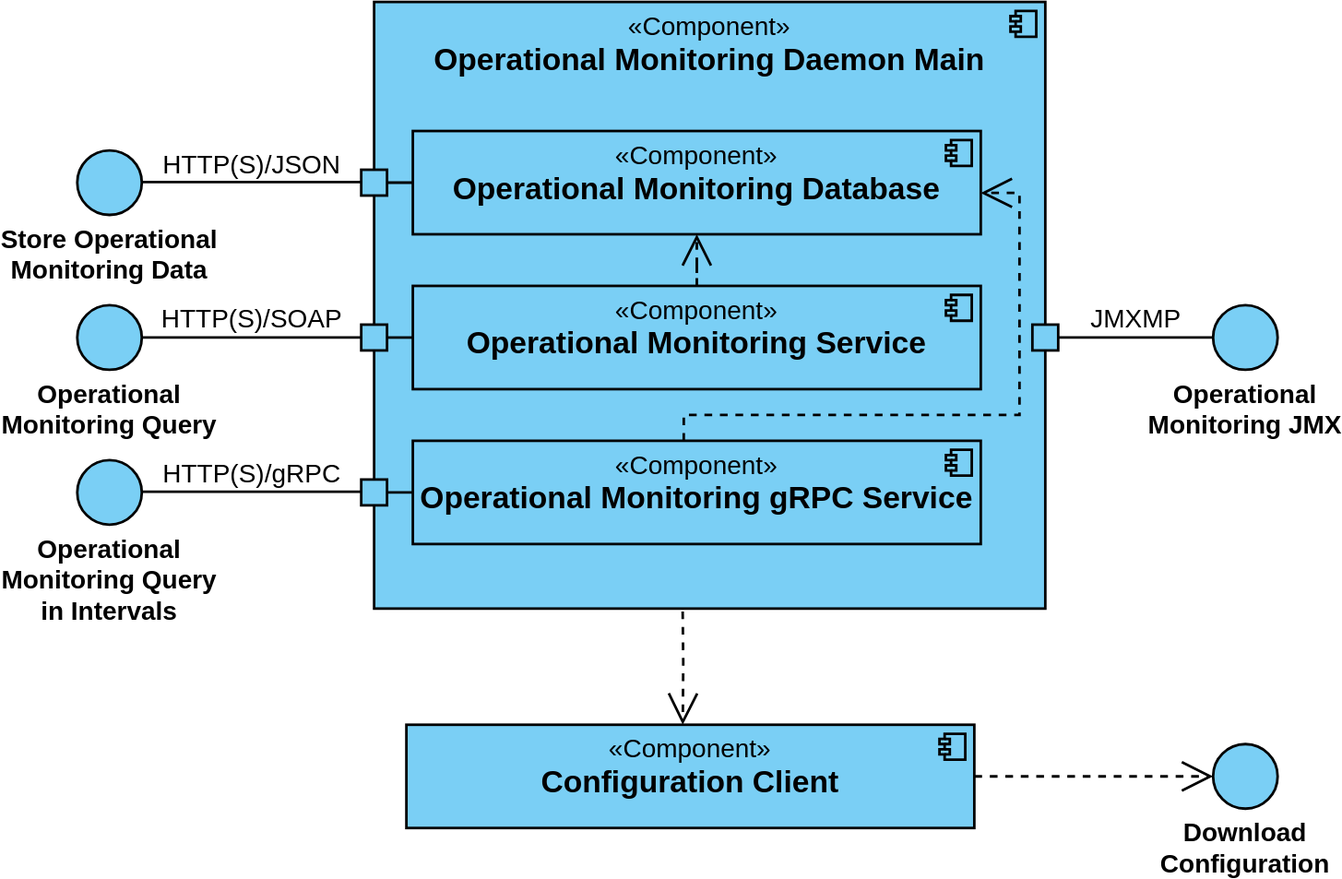
The draw.io diagram doc/OperationalMonitoring/Architecture/img/x-road_operational_monitoring_daemon_components.svg in nordic-institute/X-Road, before a commit. Source tidied: cells renumbered, new cells last; positions are measured from the earlier drawing's top-left corner, leaving out a move shared by most shapes. Its diagram source:
```xml
<mxGraphModel>
  <root>
    <mxCell id="0" />
    <mxCell id="1" parent="0" />
    <mxCell id="2" value="&lt;font style=&quot;font-size: 20px;&quot;&gt;«Component»&lt;br&gt;&lt;/font&gt;&lt;font style=&quot;font-size: 24px;&quot;&gt;&lt;b&gt;Operational Monitoring Daemon Main&lt;/b&gt;&lt;/font&gt;" style="html=1;whiteSpace=wrap;align=center;labelPosition=center;verticalLabelPosition=middle;verticalAlign=top;fillColor=#7ACFF5;strokeWidth=2;" parent="1" vertex="1">
      <mxGeometry x="230" width="520" height="470" as="geometry" />
    </mxCell>
    <mxCell id="3" style="shape=module;jettyWidth=8;jettyHeight=4;fillColor=none;strokeWidth=2;" parent="2" vertex="1">
      <mxGeometry x="1" width="20" height="20" relative="1" as="geometry">
        <mxPoint x="-27" y="7" as="offset" />
      </mxGeometry>
    </mxCell>
    <mxCell id="4" value="&lt;font style=&quot;font-size: 20px;&quot;&gt;«Component»&lt;br&gt;&lt;/font&gt;&lt;font style=&quot;font-size: 24px;&quot;&gt;&lt;b&gt;Operational Monitoring Database&lt;/b&gt;&lt;/font&gt;" style="html=1;whiteSpace=wrap;align=center;labelPosition=center;verticalLabelPosition=middle;verticalAlign=top;fillColor=#7ACFF5;strokeWidth=2;" parent="1" vertex="1">
      <mxGeometry x="260" y="100" width="440" height="80" as="geometry" />
    </mxCell>
    <mxCell id="5" style="shape=module;jettyWidth=8;jettyHeight=4;fillColor=none;strokeWidth=2;" parent="4" vertex="1">
      <mxGeometry x="1" width="20" height="20" relative="1" as="geometry">
        <mxPoint x="-27" y="7" as="offset" />
      </mxGeometry>
    </mxCell>
    <mxCell id="6" value="&lt;font style=&quot;font-size: 20px;&quot;&gt;«Component»&lt;br&gt;&lt;/font&gt;&lt;font style=&quot;font-size: 24px;&quot;&gt;&lt;b&gt;Operational Monitoring Service&lt;/b&gt;&lt;br&gt;&lt;/font&gt;" style="html=1;whiteSpace=wrap;align=center;labelPosition=center;verticalLabelPosition=middle;verticalAlign=top;fillColor=#7ACFF5;strokeWidth=2;" parent="1" vertex="1">
      <mxGeometry x="260" y="220" width="440" height="80" as="geometry" />
    </mxCell>
    <mxCell id="7" style="shape=module;jettyWidth=8;jettyHeight=4;fillColor=none;strokeWidth=2;" parent="6" vertex="1">
      <mxGeometry x="1" width="20" height="20" relative="1" as="geometry">
        <mxPoint x="-27" y="7" as="offset" />
      </mxGeometry>
    </mxCell>
    <mxCell id="8" value="&lt;font style=&quot;font-size: 20px;&quot;&gt;«Component»&lt;br&gt;&lt;/font&gt;&lt;font style=&quot;font-size: 24px;&quot;&gt;&lt;b&gt;Operational Monitoring gRPC Service&lt;/b&gt;&lt;br&gt;&lt;/font&gt;" style="html=1;whiteSpace=wrap;align=center;labelPosition=center;verticalLabelPosition=middle;verticalAlign=top;fillColor=#7ACFF5;strokeWidth=2;" parent="1" vertex="1">
      <mxGeometry x="260" y="340" width="440" height="80" as="geometry" />
    </mxCell>
    <mxCell id="9" style="shape=module;jettyWidth=8;jettyHeight=4;fillColor=none;strokeWidth=2;" parent="8" vertex="1">
      <mxGeometry x="1" width="20" height="20" relative="1" as="geometry">
        <mxPoint x="-27" y="7" as="offset" />
      </mxGeometry>
    </mxCell>
    <mxCell id="10" style="edgeStyle=orthogonalEdgeStyle;rounded=0;jettySize=auto;html=1;dashed=1;strokeWidth=2;curved=0;jumpSize=6;endArrow=open;endFill=0;startSize=6;sourcePerimeterSpacing=0;startArrow=none;startFill=0;endSize=20;jumpStyle=none;" parent="1" edge="1" source="11" target="13">
      <mxGeometry relative="1" as="geometry" />
    </mxCell>
    <mxCell id="11" value="&lt;font style=&quot;font-size: 20px;&quot;&gt;«Component»&lt;br&gt;&lt;/font&gt;&lt;font style=&quot;font-size: 24px;&quot;&gt;&lt;b&gt;Configuration Client&lt;/b&gt;&lt;br&gt;&lt;/font&gt;" style="html=1;whiteSpace=wrap;align=center;labelPosition=center;verticalLabelPosition=middle;verticalAlign=top;fillColor=#7ACFF5;strokeWidth=2;" parent="1" vertex="1">
      <mxGeometry x="255" y="560" width="440" height="80" as="geometry" />
    </mxCell>
    <mxCell id="12" style="shape=module;jettyWidth=8;jettyHeight=4;fillColor=none;strokeWidth=2;" parent="11" vertex="1">
      <mxGeometry x="1" width="20" height="20" relative="1" as="geometry">
        <mxPoint x="-27" y="7" as="offset" />
      </mxGeometry>
    </mxCell>
    <mxCell id="13" value="&lt;font style=&quot;font-size: 20px;&quot;&gt;&lt;b&gt;Download Configuration&lt;/b&gt;&lt;/font&gt;" style="ellipse;whiteSpace=wrap;html=1;verticalAlign=top;fillColor=#7ACFF5;strokeWidth=2;labelPosition=center;verticalLabelPosition=bottom;align=center;" parent="1" vertex="1">
      <mxGeometry x="880" y="575" width="50" height="50" as="geometry" />
    </mxCell>
    <mxCell id="14" value="&lt;font style=&quot;font-size: 20px;&quot;&gt;&lt;b&gt;Operational Monitoring JMX&lt;/b&gt;&lt;/font&gt;" style="ellipse;whiteSpace=wrap;html=1;verticalAlign=top;fillColor=#7ACFF5;strokeWidth=2;labelPosition=center;verticalLabelPosition=bottom;align=center;" parent="1" vertex="1">
      <mxGeometry x="880" y="235" width="50" height="50" as="geometry" />
    </mxCell>
    <mxCell id="15" value="JMXMP" style="edgeStyle=orthogonalEdgeStyle;rounded=0;jettySize=auto;exitX=0;exitY=0.5;exitDx=0;exitDy=0;endArrow=none;endFill=0;strokeWidth=2;endSize=20;strokeColor=#000000;fillColor=#7ACFF5;labelPosition=center;verticalLabelPosition=top;align=center;verticalAlign=bottom;labelBackgroundColor=default;html=1;fontSize=20;fontStyle=0;" parent="1" edge="1" source="14" target="16">
      <mxGeometry relative="1" as="geometry" />
    </mxCell>
    <mxCell id="16" style="rounded=0;whiteSpace=wrap;html=1;fontFamily=Helvetica;fontSize=11;fontColor=default;strokeWidth=2;fillColor=#7ACFF5;" parent="1" vertex="1">
      <mxGeometry x="740" y="250" width="20" height="20" as="geometry" />
    </mxCell>
    <mxCell id="17" value="&lt;font style=&quot;font-size: 20px;&quot;&gt;&lt;b&gt;Operational Monitoring Query&lt;/b&gt;&lt;/font&gt;" style="ellipse;whiteSpace=wrap;html=1;verticalAlign=top;fillColor=#7ACFF5;strokeWidth=2;labelPosition=center;verticalLabelPosition=bottom;align=center;" parent="1" vertex="1">
      <mxGeometry y="235" width="50" height="50" as="geometry" />
    </mxCell>
    <mxCell id="18" style="rounded=0;whiteSpace=wrap;html=1;fontFamily=Helvetica;fontSize=11;fontColor=default;strokeWidth=2;fillColor=#7ACFF5;" parent="1" vertex="1">
      <mxGeometry x="220" y="250" width="20" height="20" as="geometry" />
    </mxCell>
    <mxCell id="19" style="edgeStyle=orthogonalEdgeStyle;shape=connector;rounded=0;jettySize=auto;html=1;labelBackgroundColor=default;strokeColor=default;strokeWidth=2;align=center;verticalAlign=middle;fontFamily=Helvetica;fontSize=11;fontColor=default;endArrow=none;endFill=0;endSize=20;fillColor=#2F9CFF;" parent="1" edge="1" source="20" target="4">
      <mxGeometry relative="1" as="geometry" />
    </mxCell>
    <mxCell id="20" style="rounded=0;whiteSpace=wrap;html=1;fontFamily=Helvetica;fontSize=11;fontColor=default;strokeWidth=2;fillColor=#7ACFF5;" parent="1" vertex="1">
      <mxGeometry x="220" y="130" width="20" height="20" as="geometry" />
    </mxCell>
    <mxCell id="21" value="HTTP(S)/SOAP" style="edgeStyle=orthogonalEdgeStyle;rounded=0;jettySize=auto;exitX=0;exitY=0.5;exitDx=0;exitDy=0;endArrow=none;endFill=0;strokeWidth=2;endSize=20;strokeColor=#000000;fillColor=#7ACFF5;labelPosition=center;verticalLabelPosition=top;align=center;verticalAlign=bottom;labelBackgroundColor=default;html=1;fontSize=20;fontStyle=0;entryX=1;entryY=0.5;entryDx=0;entryDy=0;" parent="1" edge="1" source="18" target="17">
      <mxGeometry relative="1" as="geometry" />
    </mxCell>
    <mxCell id="22" value="&lt;font style=&quot;font-size: 20px;&quot;&gt;&lt;b&gt;Store Operational Monitoring Data&lt;/b&gt;&lt;/font&gt;" style="ellipse;html=1;verticalAlign=top;fillColor=#7ACFF5;strokeWidth=2;labelPosition=center;verticalLabelPosition=bottom;align=center;spacing=2;spacingLeft=0;whiteSpace=wrap;" parent="1" vertex="1">
      <mxGeometry y="115" width="50" height="50" as="geometry" />
    </mxCell>
    <mxCell id="23" value="HTTP(S)/JSON" style="edgeStyle=orthogonalEdgeStyle;rounded=0;orthogonalLoop=1;jettySize=auto;exitX=0;exitY=0.5;exitDx=0;exitDy=0;endArrow=none;endFill=0;strokeWidth=2;endSize=20;strokeColor=#000000;fillColor=#7ACFF5;labelPosition=center;verticalLabelPosition=top;align=center;verticalAlign=bottom;labelBackgroundColor=default;html=1;fontSize=20;fontStyle=0;entryX=1;entryY=0.5;entryDx=0;entryDy=0;" parent="1" edge="1">
      <mxGeometry relative="1" as="geometry">
        <mxPoint x="220" y="139.5" as="sourcePoint" />
        <mxPoint x="50" y="139.5" as="targetPoint" />
      </mxGeometry>
    </mxCell>
    <mxCell id="24" style="edgeStyle=orthogonalEdgeStyle;shape=connector;rounded=0;jettySize=auto;html=1;labelBackgroundColor=default;strokeColor=default;strokeWidth=2;align=center;verticalAlign=middle;fontFamily=Helvetica;fontSize=11;fontColor=default;endArrow=none;endFill=0;endSize=20;fillColor=#2F9CFF;entryX=0;entryY=0.5;entryDx=0;entryDy=0;" parent="1" edge="1" target="6">
      <mxGeometry relative="1" as="geometry">
        <mxPoint x="240" y="260" as="sourcePoint" />
      </mxGeometry>
    </mxCell>
    <mxCell id="25" style="edgeStyle=orthogonalEdgeStyle;rounded=0;orthogonalLoop=1;jettySize=auto;html=1;dashed=1;strokeWidth=2;curved=0;jumpSize=6;endArrow=open;endFill=0;startSize=6;sourcePerimeterSpacing=0;startArrow=none;startFill=0;endSize=20;jumpStyle=none;exitX=0.537;exitY=1.005;exitDx=0;exitDy=0;exitPerimeter=0;entryX=0.578;entryY=0;entryDx=0;entryDy=0;entryPerimeter=0;" parent="1" edge="1">
      <mxGeometry relative="1" as="geometry">
        <mxPoint x="469" y="472.2" as="sourcePoint" />
        <mxPoint x="469.1" y="560" as="targetPoint" />
      </mxGeometry>
    </mxCell>
    <mxCell id="26" style="edgeStyle=orthogonalEdgeStyle;rounded=0;jettySize=auto;html=1;dashed=1;strokeWidth=2;curved=0;jumpSize=6;endArrow=open;endFill=0;startSize=6;sourcePerimeterSpacing=0;startArrow=none;startFill=0;endSize=20;jumpStyle=none;exitX=0.5;exitY=0;exitDx=0;exitDy=0;" parent="1" edge="1" source="6" target="4">
      <mxGeometry relative="1" as="geometry" />
    </mxCell>
    <mxCell id="27" style="edgeStyle=orthogonalEdgeStyle;rounded=0;jettySize=auto;html=1;dashed=1;strokeWidth=2;curved=0;jumpSize=6;endArrow=open;endFill=0;startSize=6;sourcePerimeterSpacing=0;startArrow=none;startFill=0;endSize=20;jumpStyle=none;exitX=0.477;exitY=0;exitDx=0;exitDy=0;exitPerimeter=0;entryX=1;entryY=0.6;entryDx=0;entryDy=0;entryPerimeter=0;" parent="1" edge="1" source="8" target="4">
      <mxGeometry relative="1" as="geometry">
        <Array as="points">
          <mxPoint x="470" y="320" />
          <mxPoint x="730" y="320" />
          <mxPoint x="730" y="148" />
        </Array>
      </mxGeometry>
    </mxCell>
    <mxCell id="28" style="rounded=0;whiteSpace=wrap;html=1;fontFamily=Helvetica;fontSize=11;fontColor=default;strokeWidth=2;fillColor=#7ACFF5;" parent="1" vertex="1">
      <mxGeometry x="220" y="370" width="20" height="20" as="geometry" />
    </mxCell>
    <mxCell id="29" style="edgeStyle=orthogonalEdgeStyle;shape=connector;rounded=0;jettySize=auto;html=1;labelBackgroundColor=default;strokeColor=default;strokeWidth=2;align=center;verticalAlign=middle;fontFamily=Helvetica;fontSize=11;fontColor=default;endArrow=none;endFill=0;endSize=20;fillColor=#2F9CFF;entryX=0;entryY=0.5;entryDx=0;entryDy=0;" parent="1" edge="1" source="28" target="8">
      <mxGeometry relative="1" as="geometry" />
    </mxCell>
    <mxCell id="30" value="&lt;font style=&quot;font-size: 20px;&quot;&gt;&lt;b&gt;Operational Monitoring Query in Intervals&lt;/b&gt;&lt;/font&gt;" style="ellipse;whiteSpace=wrap;html=1;verticalAlign=top;fillColor=#7ACFF5;strokeWidth=2;labelPosition=center;verticalLabelPosition=bottom;align=center;" parent="1" vertex="1">
      <mxGeometry y="355" width="50" height="50" as="geometry" />
    </mxCell>
    <mxCell id="31" value="HTTP(S)/gRPC" style="edgeStyle=orthogonalEdgeStyle;rounded=0;orthogonalLoop=1;jettySize=auto;exitX=0;exitY=0.5;exitDx=0;exitDy=0;endArrow=none;endFill=0;strokeWidth=2;endSize=20;strokeColor=#000000;fillColor=#7ACFF5;labelPosition=center;verticalLabelPosition=top;align=center;verticalAlign=bottom;labelBackgroundColor=default;html=1;fontSize=20;fontStyle=0;entryX=1;entryY=0.5;entryDx=0;entryDy=0;" parent="1" edge="1">
      <mxGeometry relative="1" as="geometry">
        <mxPoint x="220" y="379.5" as="sourcePoint" />
        <mxPoint x="50" y="379.5" as="targetPoint" />
      </mxGeometry>
    </mxCell>
  </root>
</mxGraphModel>
```
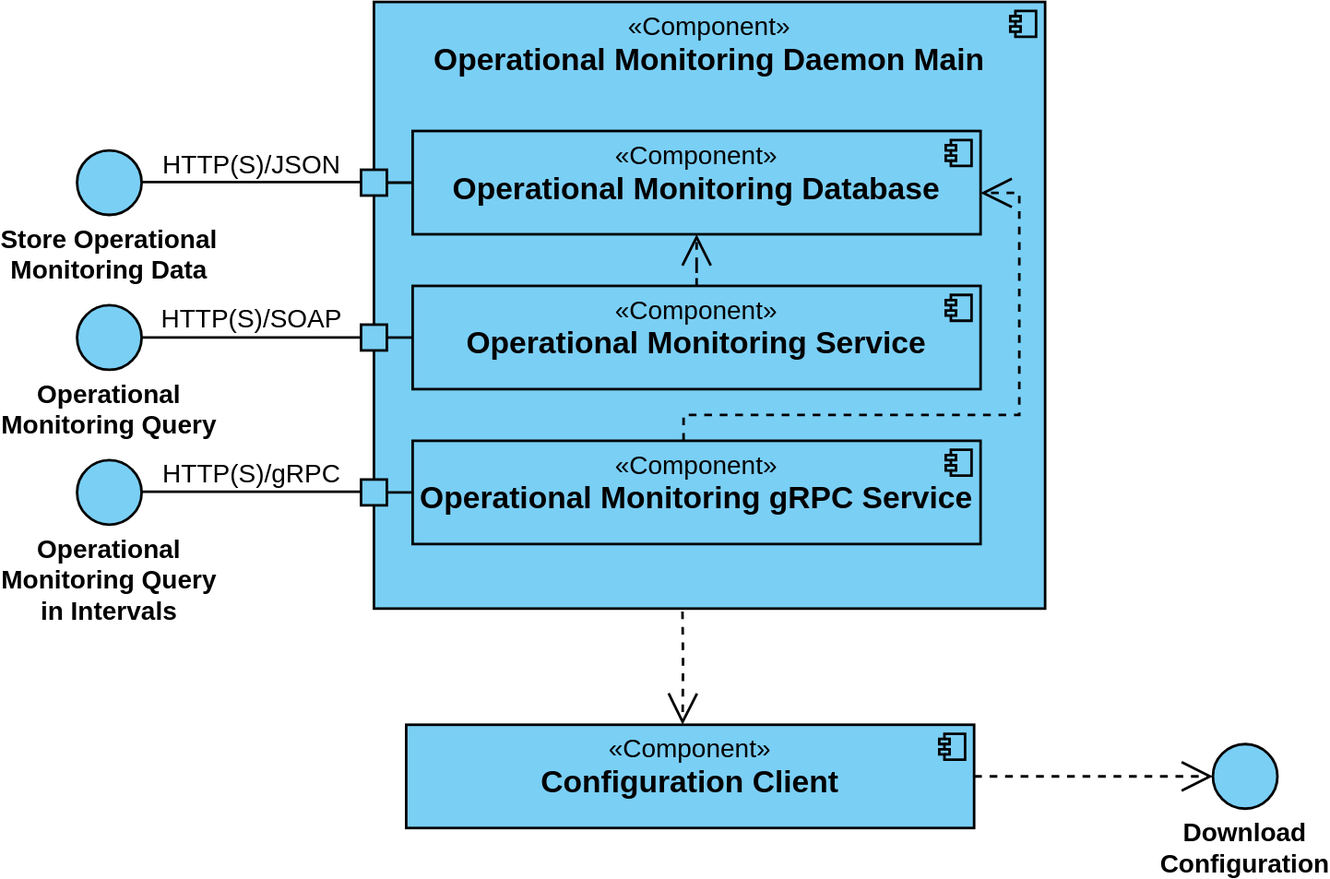
The same diagram one commit later.

What changed in the source:
```diff
@@ -48,15 +48,6 @@
     <mxCell id="13" value="&lt;font style=&quot;font-size: 20px;&quot;&gt;&lt;b&gt;Download Configuration&lt;/b&gt;&lt;/font&gt;" style="ellipse;whiteSpace=wrap;html=1;verticalAlign=top;fillColor=#7ACFF5;strokeWidth=2;labelPosition=center;verticalLabelPosition=bottom;align=center;" parent="1" vertex="1">
       <mxGeometry x="880" y="575" width="50" height="50" as="geometry" />
     </mxCell>
-    <mxCell id="14" value="&lt;font style=&quot;font-size: 20px;&quot;&gt;&lt;b&gt;Operational Monitoring JMX&lt;/b&gt;&lt;/font&gt;" style="ellipse;whiteSpace=wrap;html=1;verticalAlign=top;fillColor=#7ACFF5;strokeWidth=2;labelPosition=center;verticalLabelPosition=bottom;align=center;" parent="1" vertex="1">
-      <mxGeometry x="880" y="235" width="50" height="50" as="geometry" />
-    </mxCell>
-    <mxCell id="15" value="JMXMP" style="edgeStyle=orthogonalEdgeStyle;rounded=0;jettySize=auto;exitX=0;exitY=0.5;exitDx=0;exitDy=0;endArrow=none;endFill=0;strokeWidth=2;endSize=20;strokeColor=#000000;fillColor=#7ACFF5;labelPosition=center;verticalLabelPosition=top;align=center;verticalAlign=bottom;labelBackgroundColor=default;html=1;fontSize=20;fontStyle=0;" parent="1" edge="1" source="14" target="16">
-      <mxGeometry relative="1" as="geometry" />
-    </mxCell>
-    <mxCell id="16" style="rounded=0;whiteSpace=wrap;html=1;fontFamily=Helvetica;fontSize=11;fontColor=default;strokeWidth=2;fillColor=#7ACFF5;" parent="1" vertex="1">
-      <mxGeometry x="740" y="250" width="20" height="20" as="geometry" />
-    </mxCell>
     <mxCell id="17" value="&lt;font style=&quot;font-size: 20px;&quot;&gt;&lt;b&gt;Operational Monitoring Query&lt;/b&gt;&lt;/font&gt;" style="ellipse;whiteSpace=wrap;html=1;verticalAlign=top;fillColor=#7ACFF5;strokeWidth=2;labelPosition=center;verticalLabelPosition=bottom;align=center;" parent="1" vertex="1">
       <mxGeometry y="235" width="50" height="50" as="geometry" />
     </mxCell>
```
